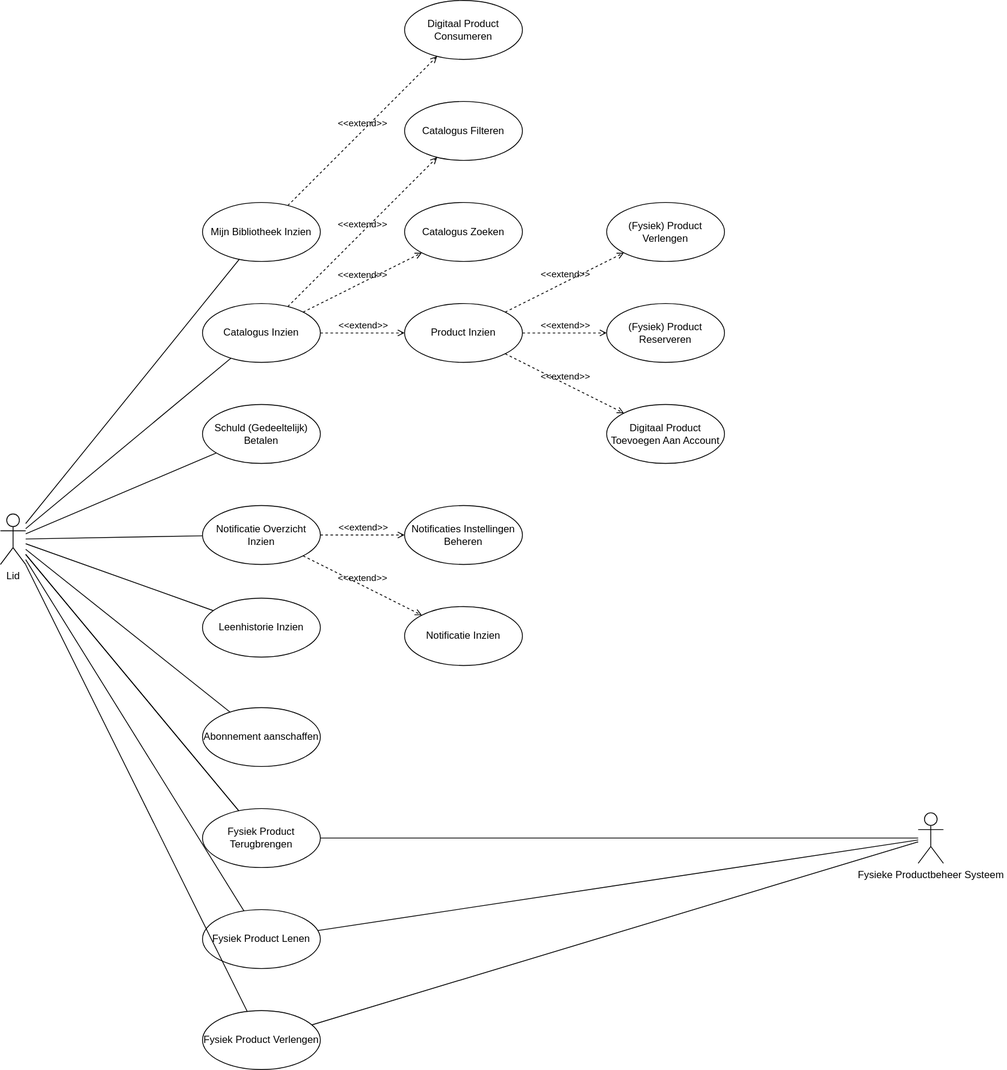
This is documents/usecases/diagrams/concept-lid-usecase-diagram.drawio.svg from pieter-groenendijk/oose-library-management-system, a draw.io export, as it was before one commit. Source tidied: cells renumbered, new cells last; positions are measured from the earlier drawing's top-left corner, leaving out a move shared by most shapes. Source of this version:
```xml
<mxGraphModel>
  <root>
    <mxCell id="0" />
    <mxCell id="1" parent="0" />
    <mxCell id="2" value="(Fysiek) Product Reserveren" style="ellipse;whiteSpace=wrap;html=1;" parent="1" vertex="1">
      <mxGeometry x="720" y="360" width="140" height="70" as="geometry" />
    </mxCell>
    <mxCell id="3" value="Lid" style="shape=umlActor;verticalLabelPosition=bottom;verticalAlign=top;html=1;" parent="1" vertex="1">
      <mxGeometry y="610" width="30" height="60" as="geometry" />
    </mxCell>
    <mxCell id="4" value="Digitaal Product Toevoegen Aan Account " style="ellipse;whiteSpace=wrap;html=1;" parent="1" vertex="1">
      <mxGeometry x="720" y="480" width="140" height="70" as="geometry" />
    </mxCell>
    <mxCell id="5" value="(Fysiek) Product Verlengen" style="ellipse;whiteSpace=wrap;html=1;" parent="1" vertex="1">
      <mxGeometry x="720" y="240" width="140" height="70" as="geometry" />
    </mxCell>
    <mxCell id="6" value="Fysiek Product Terugbrengen" style="ellipse;whiteSpace=wrap;html=1;" parent="1" vertex="1">
      <mxGeometry x="240" y="960" width="140" height="70" as="geometry" />
    </mxCell>
    <mxCell id="7" value="Schuld (Gedeeltelijk) Betalen" style="ellipse;whiteSpace=wrap;html=1;" parent="1" vertex="1">
      <mxGeometry x="240" y="480" width="140" height="70" as="geometry" />
    </mxCell>
    <mxCell id="8" style="endArrow=none;html=1;rounded=0;" parent="1" edge="1" source="3" target="7">
      <mxGeometry relative="1" as="geometry" />
    </mxCell>
    <mxCell id="9" value="Catalogus Inzien" style="ellipse;whiteSpace=wrap;html=1;" parent="1" vertex="1">
      <mxGeometry x="240" y="360" width="140" height="70" as="geometry" />
    </mxCell>
    <mxCell id="10" value="Product Inzien" style="ellipse;whiteSpace=wrap;html=1;" parent="1" vertex="1">
      <mxGeometry x="480" y="360" width="140" height="70" as="geometry" />
    </mxCell>
    <mxCell id="11" value="Leenhistorie Inzien" style="ellipse;whiteSpace=wrap;html=1;" parent="1" vertex="1">
      <mxGeometry x="240" y="710" width="140" height="70" as="geometry" />
    </mxCell>
    <mxCell id="12" value="Notificaties Instellingen Beheren" style="ellipse;whiteSpace=wrap;html=1;" parent="1" vertex="1">
      <mxGeometry x="480" y="600" width="140" height="70" as="geometry" />
    </mxCell>
    <mxCell id="13" style="endArrow=none;html=1;rounded=0;" parent="1" edge="1" source="3" target="9">
      <mxGeometry relative="1" as="geometry" />
    </mxCell>
    <mxCell id="14" value="&amp;lt;&amp;lt;extend&amp;gt;&amp;gt;" style="html=1;verticalAlign=bottom;labelBackgroundColor=none;endArrow=open;endFill=0;dashed=1;rounded=0;" parent="1" edge="1" source="9" target="10">
      <mxGeometry relative="1" as="geometry" />
    </mxCell>
    <mxCell id="15" value="Catalogus Filteren" style="ellipse;whiteSpace=wrap;html=1;" parent="1" vertex="1">
      <mxGeometry x="480" y="120" width="140" height="70" as="geometry" />
    </mxCell>
    <mxCell id="16" value="Catalogus Zoeken" style="ellipse;whiteSpace=wrap;html=1;" parent="1" vertex="1">
      <mxGeometry x="480" y="240" width="140" height="70" as="geometry" />
    </mxCell>
    <mxCell id="17" value="&amp;lt;&amp;lt;extend&amp;gt;&amp;gt;" style="html=1;verticalAlign=bottom;labelBackgroundColor=none;endArrow=open;endFill=0;dashed=1;rounded=0;" parent="1" edge="1" source="9" target="16">
      <mxGeometry relative="1" as="geometry" />
    </mxCell>
    <mxCell id="18" value="&amp;lt;&amp;lt;extend&amp;gt;&amp;gt;" style="html=1;verticalAlign=bottom;labelBackgroundColor=none;endArrow=open;endFill=0;dashed=1;rounded=0;" parent="1" edge="1" source="9" target="15">
      <mxGeometry relative="1" as="geometry" />
    </mxCell>
    <mxCell id="19" style="endArrow=none;html=1;rounded=0;" parent="1" edge="1" source="3" target="24">
      <mxGeometry relative="1" as="geometry" />
    </mxCell>
    <mxCell id="20" value="&amp;lt;&amp;lt;extend&amp;gt;&amp;gt;" style="html=1;verticalAlign=bottom;labelBackgroundColor=none;endArrow=open;endFill=0;dashed=1;rounded=0;" parent="1" edge="1" source="10" target="4">
      <mxGeometry x="0.01" relative="1" as="geometry" />
    </mxCell>
    <mxCell id="21" value="&amp;lt;&amp;lt;extend&amp;gt;&amp;gt;" style="html=1;verticalAlign=bottom;labelBackgroundColor=none;endArrow=open;endFill=0;dashed=1;rounded=0;" parent="1" edge="1" source="10" target="2">
      <mxGeometry x="0.01" relative="1" as="geometry" />
    </mxCell>
    <mxCell id="22" value="&amp;lt;&amp;lt;extend&amp;gt;&amp;gt;" style="html=1;verticalAlign=bottom;labelBackgroundColor=none;endArrow=open;endFill=0;dashed=1;rounded=0;" parent="1" edge="1" source="10" target="5">
      <mxGeometry x="0.01" relative="1" as="geometry" />
    </mxCell>
    <mxCell id="23" value="Mijn Bibliotheek Inzien" style="ellipse;whiteSpace=wrap;html=1;" parent="1" vertex="1">
      <mxGeometry x="240" y="240" width="140" height="70" as="geometry" />
    </mxCell>
    <mxCell id="24" value="Notificatie Overzicht Inzien" style="ellipse;whiteSpace=wrap;html=1;" parent="1" vertex="1">
      <mxGeometry x="240" y="600" width="140" height="70" as="geometry" />
    </mxCell>
    <mxCell id="25" style="endArrow=none;html=1;rounded=0;" parent="1" edge="1" source="3" target="23">
      <mxGeometry relative="1" as="geometry" />
    </mxCell>
    <mxCell id="26" style="endArrow=none;html=1;rounded=0;" parent="1" edge="1" source="3" target="11">
      <mxGeometry relative="1" as="geometry" />
    </mxCell>
    <mxCell id="27" style="endArrow=none;html=1;rounded=0;" parent="1" edge="1" source="3" target="6">
      <mxGeometry relative="1" as="geometry" />
    </mxCell>
    <mxCell id="28" value="Fysieke Productbeheer Systeem" style="shape=umlActor;verticalLabelPosition=bottom;verticalAlign=top;html=1;" parent="1" vertex="1">
      <mxGeometry x="1090" y="965" width="30" height="60" as="geometry" />
    </mxCell>
    <mxCell id="29" style="endArrow=none;html=1;rounded=0;" parent="1" edge="1" source="28" target="6">
      <mxGeometry relative="1" as="geometry" />
    </mxCell>
    <mxCell id="30" value="Fysiek Product Lenen" style="ellipse;whiteSpace=wrap;html=1;" parent="1" vertex="1">
      <mxGeometry x="240" y="1080" width="140" height="70" as="geometry" />
    </mxCell>
    <mxCell id="31" value="Fysiek Product Verlengen" style="ellipse;whiteSpace=wrap;html=1;" parent="1" vertex="1">
      <mxGeometry x="240" y="1200" width="140" height="70" as="geometry" />
    </mxCell>
    <mxCell id="32" style="endArrow=none;html=1;rounded=0;" parent="1" edge="1" source="28" target="30">
      <mxGeometry relative="1" as="geometry" />
    </mxCell>
    <mxCell id="33" style="endArrow=none;html=1;rounded=0;" parent="1" edge="1" source="28" target="31">
      <mxGeometry relative="1" as="geometry" />
    </mxCell>
    <mxCell id="34" value="&amp;lt;&amp;lt;extend&amp;gt;&amp;gt;" style="html=1;verticalAlign=bottom;labelBackgroundColor=none;endArrow=open;endFill=0;dashed=1;rounded=0;" parent="1" edge="1" source="24" target="12">
      <mxGeometry relative="1" as="geometry" />
    </mxCell>
    <mxCell id="35" value="Notificatie Inzien" style="ellipse;whiteSpace=wrap;html=1;" parent="1" vertex="1">
      <mxGeometry x="480" y="720" width="140" height="70" as="geometry" />
    </mxCell>
    <mxCell id="36" value="&amp;lt;&amp;lt;extend&amp;gt;&amp;gt;" style="html=1;verticalAlign=bottom;labelBackgroundColor=none;endArrow=open;endFill=0;dashed=1;rounded=0;" parent="1" edge="1" source="24" target="35">
      <mxGeometry relative="1" as="geometry" />
    </mxCell>
    <mxCell id="37" style="endArrow=none;html=1;rounded=0;" parent="1" edge="1" source="3" target="6">
      <mxGeometry relative="1" as="geometry" />
    </mxCell>
    <mxCell id="38" style="endArrow=none;html=1;rounded=0;" parent="1" edge="1" source="3" target="30">
      <mxGeometry relative="1" as="geometry" />
    </mxCell>
    <mxCell id="39" style="endArrow=none;html=1;rounded=0;" parent="1" edge="1" source="3" target="31">
      <mxGeometry relative="1" as="geometry" />
    </mxCell>
    <mxCell id="40" value="Digitaal Product Consumeren" style="ellipse;whiteSpace=wrap;html=1;" parent="1" vertex="1">
      <mxGeometry x="480" width="140" height="70" as="geometry" />
    </mxCell>
    <mxCell id="41" value="&amp;lt;&amp;lt;extend&amp;gt;&amp;gt;" style="html=1;verticalAlign=bottom;labelBackgroundColor=none;endArrow=open;endFill=0;dashed=1;rounded=0;" parent="1" edge="1" source="23" target="40">
      <mxGeometry relative="1" as="geometry" />
    </mxCell>
    <mxCell id="42" value="Abonnement aanschaffen" style="ellipse;whiteSpace=wrap;html=1;" parent="1" vertex="1">
      <mxGeometry x="240" y="840" width="140" height="70" as="geometry" />
    </mxCell>
    <mxCell id="43" style="endArrow=none;html=1;rounded=0;" parent="1" edge="1" source="3" target="42">
      <mxGeometry relative="1" as="geometry" />
    </mxCell>
  </root>
</mxGraphModel>
```
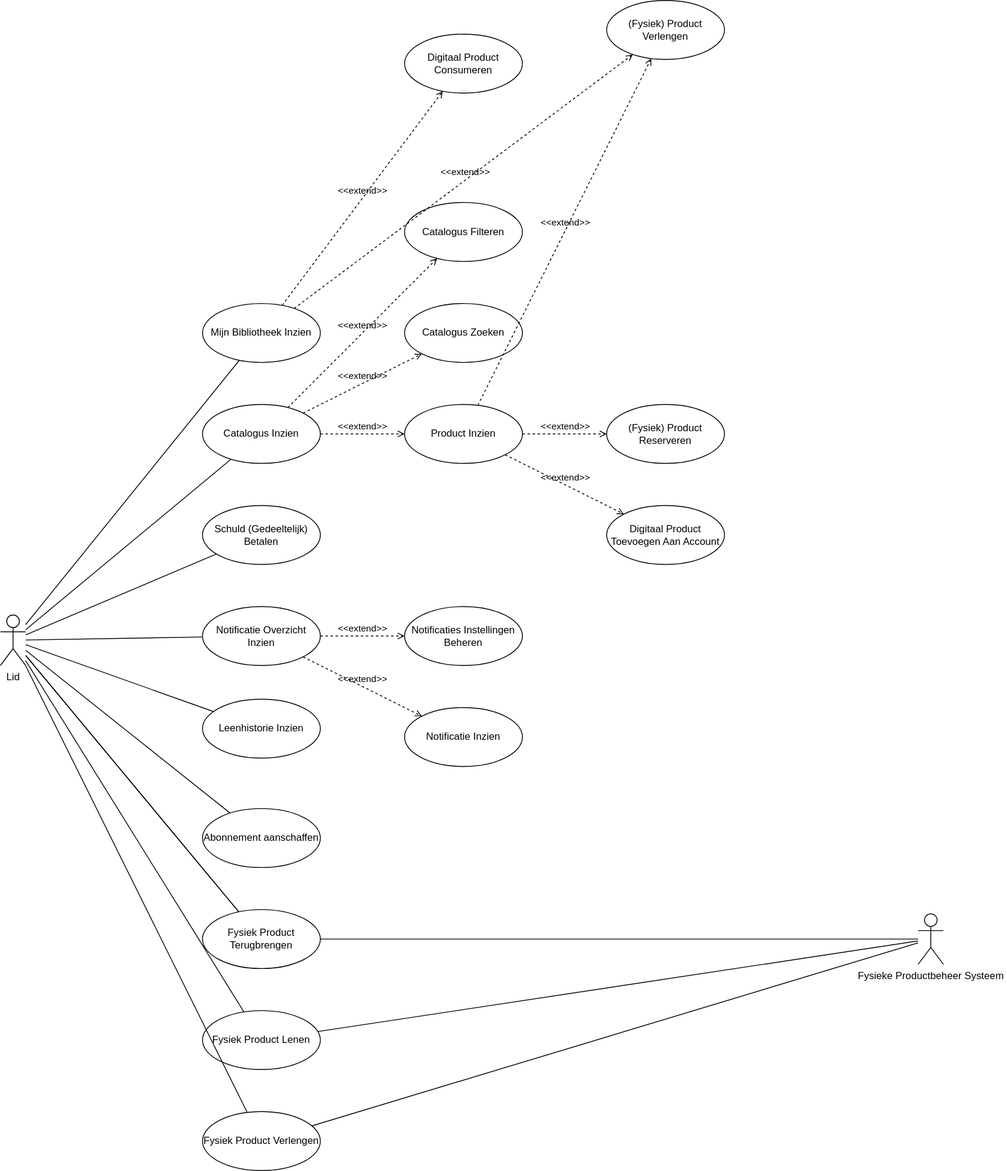
Above is the later version.

Commit message:
Usecase '(Fysiek) Product Verlengen now also possible to reach via 'Bibliotheek Inzien'

The edit, as a diff of the source:
```diff
@@ -12,7 +12,7 @@
       <mxGeometry x="720" y="480" width="140" height="70" as="geometry" />
     </mxCell>
     <mxCell id="5" value="(Fysiek) Product Verlengen" style="ellipse;whiteSpace=wrap;html=1;" parent="1" vertex="1">
-      <mxGeometry x="720" y="240" width="140" height="70" as="geometry" />
+      <mxGeometry x="720" y="-120" width="140" height="70" as="geometry" />
     </mxCell>
     <mxCell id="6" value="Fysiek Product Terugbrengen" style="ellipse;whiteSpace=wrap;html=1;" parent="1" vertex="1">
       <mxGeometry x="240" y="960" width="140" height="70" as="geometry" />
@@ -62,7 +62,7 @@
     <mxCell id="21" value="&amp;lt;&amp;lt;extend&amp;gt;&amp;gt;" style="html=1;verticalAlign=bottom;labelBackgroundColor=none;endArrow=open;endFill=0;dashed=1;rounded=0;" parent="1" edge="1" source="10" target="2">
       <mxGeometry x="0.01" relative="1" as="geometry" />
     </mxCell>
-    <mxCell id="22" value="&amp;lt;&amp;lt;extend&amp;gt;&amp;gt;" style="html=1;verticalAlign=bottom;labelBackgroundColor=none;endArrow=open;endFill=0;dashed=1;rounded=0;" parent="1" edge="1" source="10" target="5">
+    <mxCell id="22" value="&amp;lt;&amp;lt;extend&amp;gt;&amp;gt;" style="html=1;verticalAlign=bottom;labelBackgroundColor=none;endArrow=open;endFill=0;dashed=1;rounded=0;" parent="1" edge="1" source="23" target="5">
       <mxGeometry x="0.01" relative="1" as="geometry" />
     </mxCell>
     <mxCell id="23" value="Mijn Bibliotheek Inzien" style="ellipse;whiteSpace=wrap;html=1;" parent="1" vertex="1">
@@ -117,7 +117,7 @@
       <mxGeometry relative="1" as="geometry" />
     </mxCell>
     <mxCell id="40" value="Digitaal Product Consumeren" style="ellipse;whiteSpace=wrap;html=1;" parent="1" vertex="1">
-      <mxGeometry x="480" width="140" height="70" as="geometry" />
+      <mxGeometry x="480" y="-80" width="140" height="70" as="geometry" />
     </mxCell>
     <mxCell id="41" value="&amp;lt;&amp;lt;extend&amp;gt;&amp;gt;" style="html=1;verticalAlign=bottom;labelBackgroundColor=none;endArrow=open;endFill=0;dashed=1;rounded=0;" parent="1" edge="1" source="23" target="40">
       <mxGeometry relative="1" as="geometry" />
@@ -128,5 +128,8 @@
     <mxCell id="43" style="endArrow=none;html=1;rounded=0;" parent="1" edge="1" source="3" target="42">
       <mxGeometry relative="1" as="geometry" />
     </mxCell>
+    <mxCell id="44" value="&amp;lt;&amp;lt;extend&amp;gt;&amp;gt;" style="html=1;verticalAlign=bottom;labelBackgroundColor=none;endArrow=open;endFill=0;dashed=1;rounded=0;" parent="1" edge="1" source="10" target="5">
+      <mxGeometry x="0.01" relative="1" as="geometry" />
+    </mxCell>
   </root>
 </mxGraphModel>
```
